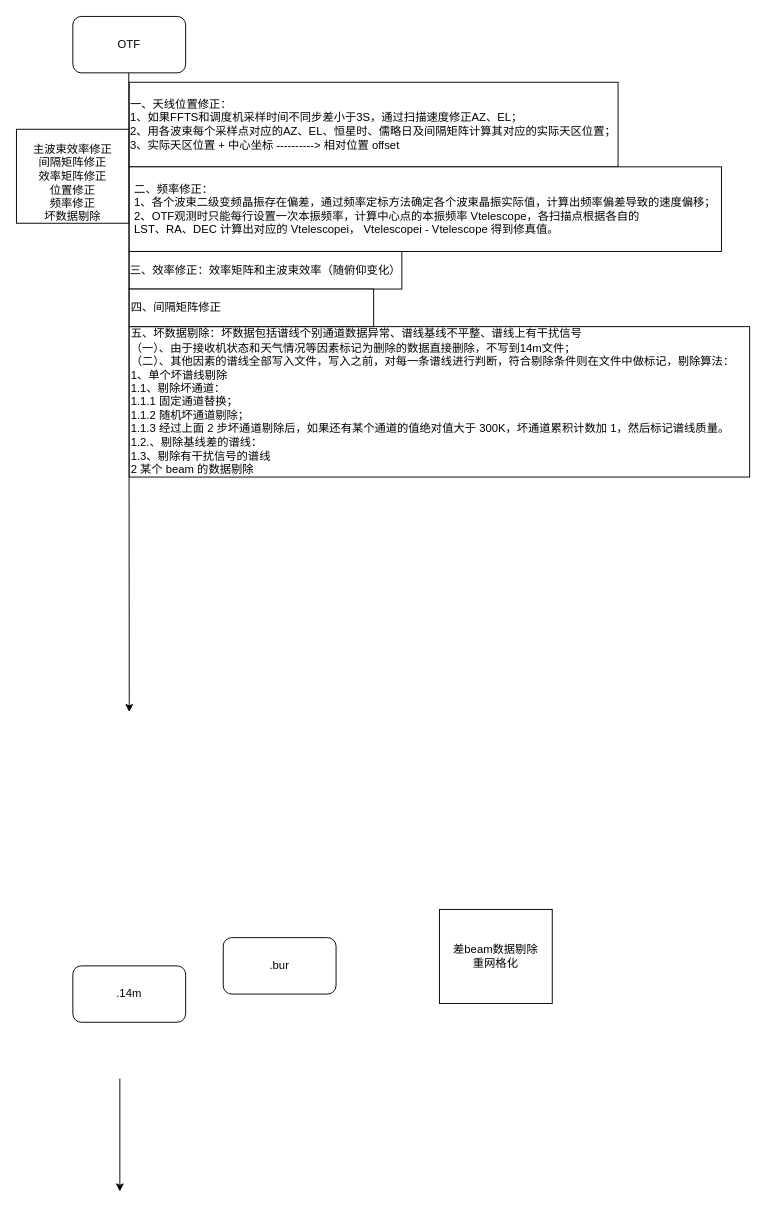
The draw.io diagram Untitled Diagram.drawio in luoluo19550418/drawio, before the edit. Source tidied: cells renumbered, new cells numbered last; positions are measured from the earlier drawing's top-left corner, leaving out a move shared by most shapes. Both pictures are drawn from the tidied source at 94%, with x=0, y=0 at pixel (16, 16).
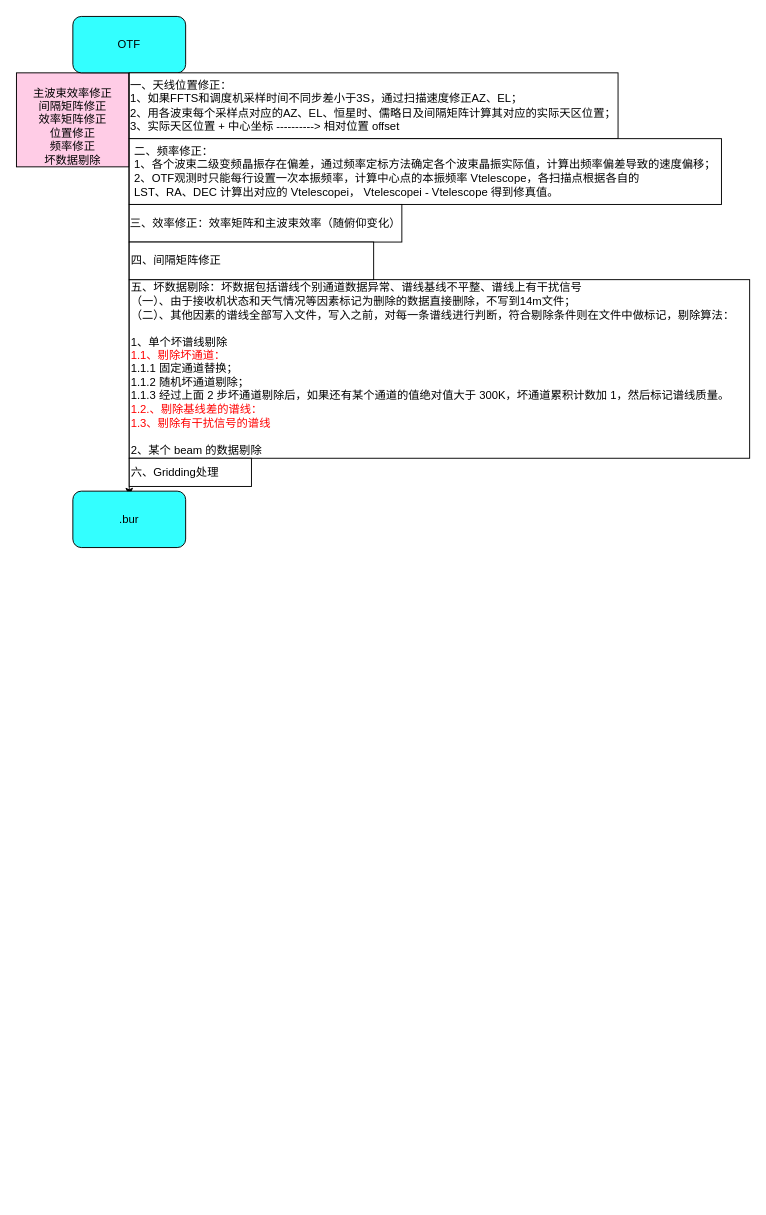
The same page after the edit.

Diff of the diagram source:
```diff
@@
 <mxGraphModel>
   <root>
     <mxCell id="0" />
     <mxCell id="1" parent="0" />
-    <mxCell id="2" value="&lt;br&gt;主波束效率修正&lt;br&gt;间隔矩阵修正&lt;br&gt;效率矩阵修正&lt;br&gt;位置修正&lt;br&gt;频率修正&lt;br&gt;坏数据剔除" style="rounded=0;whiteSpace=wrap;html=1;" parent="1" vertex="1">
-      <mxGeometry y="120" width="120" height="100" as="geometry" />
+    <mxCell id="2" value="&lt;br&gt;主波束效率修正&lt;br&gt;间隔矩阵修正&lt;br&gt;效率矩阵修正&lt;br&gt;位置修正&lt;br&gt;频率修正&lt;br&gt;坏数据剔除" style="rounded=0;whiteSpace=wrap;html=1;fillColor=#FFCCE6;" parent="1" vertex="1">
+      <mxGeometry y="60" width="120" height="100" as="geometry" />
     </mxCell>
     <mxCell id="3" style="endArrow=classic;html=1;" parent="1" edge="1">
       <mxGeometry relative="1" as="geometry">
         <mxPoint x="119.5" y="60" as="sourcePoint" />
-        <mxPoint x="120" y="740" as="targetPoint" />
+        <mxPoint x="120" y="510" as="targetPoint" />
       </mxGeometry>
     </mxCell>
-    <mxCell id="4" value="差beam数据剔除&lt;br&gt;重网格化" style="rounded=0;whiteSpace=wrap;html=1;" parent="1" vertex="1">
-      <mxGeometry x="450" y="950" width="120" height="100" as="geometry" />
-    </mxCell>
-    <mxCell id="5" value="&lt;span&gt;OTF&lt;/span&gt;" style="rounded=1;whiteSpace=wrap;html=1;" parent="1" vertex="1">
+    <mxCell id="5" value="&lt;span&gt;OTF&lt;/span&gt;" style="rounded=1;whiteSpace=wrap;html=1;fillColor=#33FFFF;" parent="1" vertex="1">
       <mxGeometry x="60" width="120" height="60" as="geometry" />
     </mxCell>
-    <mxCell id="6" value=".14m" style="rounded=1;whiteSpace=wrap;html=1;" parent="1" vertex="1">
-      <mxGeometry x="60" y="1010" width="120" height="60" as="geometry" />
-    </mxCell>
-    <mxCell id="7" value=".bur" style="rounded=1;whiteSpace=wrap;html=1;" parent="1" vertex="1">
-      <mxGeometry x="220" y="980" width="120" height="60" as="geometry" />
+    <mxCell id="7" value=".bur" style="rounded=1;whiteSpace=wrap;html=1;fillColor=#33FFFF;" parent="1" vertex="1">
+      <mxGeometry x="60" y="505" width="120" height="60" as="geometry" />
     </mxCell>
-    <mxCell id="8" style="endArrow=classic;html=1;" parent="1" edge="1">
-      <mxGeometry relative="1" as="geometry">
-        <mxPoint x="110" y="1130" as="sourcePoint" />
-        <mxPoint x="110" y="1250" as="targetPoint" />
-      </mxGeometry>
-    </mxCell>
     <mxCell id="9" value="&lt;div style=&quot;text-align: justify&quot;&gt;&lt;span&gt;一、天线位置修正：&lt;/span&gt;&lt;/div&gt;&lt;div style=&quot;text-align: justify&quot;&gt;&lt;span&gt;1、如果FFTS和调度机采样时间不同步差小于3S，通过扫描速度修正AZ、EL；&lt;/span&gt;&lt;/div&gt;&lt;div style=&quot;text-align: justify&quot;&gt;&lt;span&gt;2、用各波束每个采样点对应的AZ、EL、恒星时、儒略日及间隔矩阵计算其对应的实际天区位置；&lt;/span&gt;&lt;/div&gt;&lt;div style=&quot;text-align: justify&quot;&gt;&lt;span&gt;3、实际天区位置 + 中心坐标 ----------&amp;gt; 相对位置 offset&lt;/span&gt;&lt;/div&gt;" style="rounded=0;whiteSpace=wrap;html=1;align=right;" parent="1" vertex="1">
-      <mxGeometry x="120" y="70" width="520" height="90" as="geometry" />
+      <mxGeometry x="120" y="60" width="520" height="70" as="geometry" />
     </mxCell>
     <mxCell id="10" value="&lt;div style=&quot;text-align: justify&quot;&gt;&lt;span&gt;&lt;br&gt;&lt;/span&gt;&lt;/div&gt;&lt;div style=&quot;text-align: justify&quot;&gt;&lt;span&gt;&lt;br&gt;&lt;/span&gt;&lt;/div&gt;&lt;div style=&quot;text-align: justify&quot;&gt;&lt;span&gt;&lt;br&gt;&lt;/span&gt;&lt;/div&gt;&lt;div style=&quot;text-align: justify&quot;&gt;&lt;span&gt;&lt;br&gt;&lt;/span&gt;&lt;/div&gt;&lt;div style=&quot;text-align: justify&quot;&gt;&lt;span&gt;二、频率修正：&lt;/span&gt;&lt;br&gt;&lt;span&gt;1、各个波束二级变频晶振存在偏差，通过频率定标方法确定各个波束晶振实际值，计算出频率偏差导致的速度偏移；&lt;/span&gt;&lt;br&gt;&lt;span&gt;2、OTF观测时只能每行设置一次本振频率，计算中心点的本振频率 Vtelescope，&lt;/span&gt;&lt;span&gt;各扫描点根据各自的&amp;nbsp;&lt;/span&gt;&lt;br&gt;&lt;span&gt;LST、RA、DEC 计算出对应的 Vtelescopei，&lt;/span&gt;&lt;span&gt;&amp;nbsp;Vtelescopei - Vtelescope 得到修真值。&lt;/span&gt;&lt;br&gt;&lt;br&gt;&lt;br&gt;&lt;span&gt;&amp;nbsp;&lt;/span&gt;&lt;br&gt;&lt;/div&gt;&lt;span&gt;&lt;div style=&quot;text-align: justify&quot;&gt;&lt;br&gt;&lt;/div&gt;&lt;/span&gt;" style="rounded=0;whiteSpace=wrap;html=1;align=center;" parent="1" vertex="1">
-      <mxGeometry x="120" y="160" width="630" height="90" as="geometry" />
+      <mxGeometry x="120" y="130" width="630" height="70" as="geometry" />
     </mxCell>
     <mxCell id="11" value="三、效率修正：效率矩阵和主波束效率（随俯仰变化）" style="rounded=0;whiteSpace=wrap;html=1;" parent="1" vertex="1">
-      <mxGeometry x="120" y="250" width="290" height="40" as="geometry" />
+      <mxGeometry x="120" y="200" width="290" height="40" as="geometry" />
     </mxCell>
-    <mxCell id="12" value="&lt;div&gt;&lt;span&gt;五、坏数据剔除：坏数据包括谱线个别通道数据异常、谱线基线不平整、谱线上有干扰信号&lt;/span&gt;&lt;/div&gt;&lt;div&gt;（一）、由于接收机状态和天气情况等因素标记为删除的数据直接删除，不写到14m文件；&lt;/div&gt;&lt;div&gt;（二）、其他因素的谱线全部写入文件，写入之前，对每一条谱线进行判断，符合剔除条件则在&lt;span&gt;文件中做标记，剔除算法：&lt;/span&gt;&lt;/div&gt;&lt;div&gt;&lt;span&gt;1、单个坏谱线剔除&lt;/span&gt;&lt;/div&gt;&lt;div&gt;1.1、剔除坏通道：&lt;br&gt;&lt;/div&gt;&lt;div&gt;1.1.1 固定通道替换；&lt;br&gt;&lt;/div&gt;&lt;div&gt;1.1.2 随机坏通道剔除；&lt;br&gt;&lt;/div&gt;&lt;div&gt;1.1.3&amp;nbsp;&lt;span&gt;经过上面 2 步坏通道剔除后，如果还有某个通道的值绝对值大&lt;/span&gt;&lt;span&gt;于 300K，坏通道累积计数加 1，然后标记谱线质量。&lt;/span&gt;&lt;/div&gt;&lt;div&gt;&lt;span&gt;1.2.、剔除基线差的谱线：&lt;/span&gt;&lt;/div&gt;&lt;div&gt;1.3、剔除有干扰信号的谱线&lt;/div&gt;&lt;div&gt;2&amp;nbsp;某个 beam 的数据剔除&lt;/div&gt;" style="rounded=0;whiteSpace=wrap;html=1;align=left;" parent="1" vertex="1">
-      <mxGeometry x="120" y="330" width="660" height="160" as="geometry" />
+    <mxCell id="12" value="&lt;div&gt;&lt;span&gt;五、坏数据剔除：坏数据包括谱线个别通道数据异常、谱线基线不平整、谱线上有干扰信号&lt;/span&gt;&lt;/div&gt;&lt;div&gt;（一）、由于接收机状态和天气情况等因素标记为删除的数据直接删除，不写到14m文件；&lt;/div&gt;&lt;div&gt;（二）、其他因素的谱线全部写入文件，写入之前，对每一条谱线进行判断，符合剔除条件则在&lt;span&gt;文件中做标记，剔除算法：&lt;/span&gt;&lt;/div&gt;&lt;div&gt;&lt;span&gt;&lt;br&gt;&lt;/span&gt;&lt;/div&gt;&lt;div&gt;&lt;span&gt;1、单个坏谱线剔除&lt;/span&gt;&lt;/div&gt;&lt;div&gt;&lt;font color=&quot;#ff0000&quot;&gt;1.1、剔除坏通道：&lt;/font&gt;&lt;br&gt;&lt;/div&gt;&lt;div&gt;1.1.1 固定通道替换；&lt;br&gt;&lt;/div&gt;&lt;div&gt;1.1.2 随机坏通道剔除；&lt;br&gt;&lt;/div&gt;&lt;div&gt;1.1.3&amp;nbsp;&lt;span&gt;经过上面 2 步坏通道剔除后，如果还有某个通道的值绝对值大&lt;/span&gt;&lt;span&gt;于 300K，坏通道累积计数加 1，然后标记谱线质量。&lt;/span&gt;&lt;/div&gt;&lt;div&gt;&lt;span&gt;&lt;font color=&quot;#ff0000&quot;&gt;1.2.、剔除基线差的谱线：&lt;/font&gt;&lt;/span&gt;&lt;/div&gt;&lt;div&gt;&lt;font color=&quot;#ff0000&quot;&gt;1.3、剔除有干扰信号的谱线&lt;/font&gt;&lt;/div&gt;&lt;div&gt;&lt;br&gt;&lt;/div&gt;&lt;div&gt;2、某个 beam 的数据剔除&lt;/div&gt;" style="rounded=0;whiteSpace=wrap;html=1;align=left;" parent="1" vertex="1">
+      <mxGeometry x="120" y="280" width="660" height="190" as="geometry" />
     </mxCell>
     <mxCell id="13" value="&lt;div&gt;&lt;span&gt;四、间隔矩阵修正&lt;/span&gt;&lt;/div&gt;" style="rounded=0;whiteSpace=wrap;html=1;align=left;" parent="1" vertex="1">
-      <mxGeometry x="120" y="290" width="260" height="40" as="geometry" />
+      <mxGeometry x="120" y="240" width="260" height="40" as="geometry" />
     </mxCell>
+    <mxCell id="14" value="六、Gridding处理" style="rounded=0;whiteSpace=wrap;html=1;align=left;" parent="1" vertex="1">
+      <mxGeometry x="120" y="470" width="130" height="30" as="geometry" />
+    </mxCell>
   </root>
 </mxGraphModel>
```
